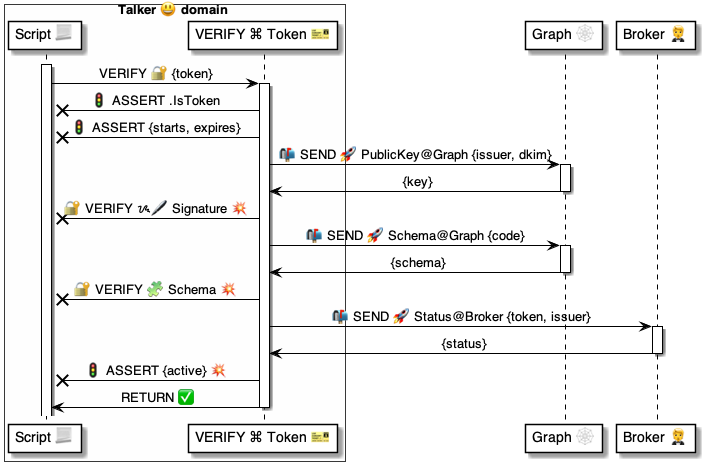
This is 4 ⚙️ Solution/37 Scripts 📃/📃 Commands ⌘/⌘ for messages 📨/VERIFY 🔐/VERIFY Token 🎫/🔐 VERIFY Token ⚙️ uml.png from pollyweb-org/pollyweb-docs, a PlantUML export, as it was before one commit. Its source is kept beside it as 4 ⚙️ Solution/37 Scripts 📃/📃 Commands ⌘/⌘ for messages 📨/VERIFY 🔐/VERIFY Token 🎫/🔐 VERIFY Token ⚙️ uml.puml. Its diagram source:
```plantuml
@startuml VERIFY Token 🎫

box Talker 😃 domain #FFFFFA
    participant "Script 📃" as script
    participant "VERIFY ⌘ Token 🎫" as verify
end box
participant "Graph 🕸" as graph
participant "Broker 🤵" as broker


activate script
    script -> verify: VERIFY 🔐 {token}

activate verify

    verify -x script: 🚦 ASSERT .IsToken
    verify -x script: 🚦 ASSERT {starts, expires}

    verify -> graph: 📬 SEND 🚀 PublicKey@Graph {issuer, dkim}
    activate graph
        graph -> verify: {key}
    deactivate graph

    verify -x script: 🔐 VERIFY ᝰ🖊 Signature 💥

    verify -> graph: 📬 SEND 🚀 Schema@Graph {code}
    activate graph
        graph -> verify: {schema}
    deactivate graph

    verify -x script: 🔐 VERIFY 🧩 Schema 💥

    verify -> broker: 📬 SEND 🚀 Status@Broker {token, issuer}
    activate broker
        broker -> verify: {status}
    deactivate broker

    verify -x script: 🚦 ASSERT {active} 💥

    verify -> script: RETURN ✅

deactivate verify


@enduml
```
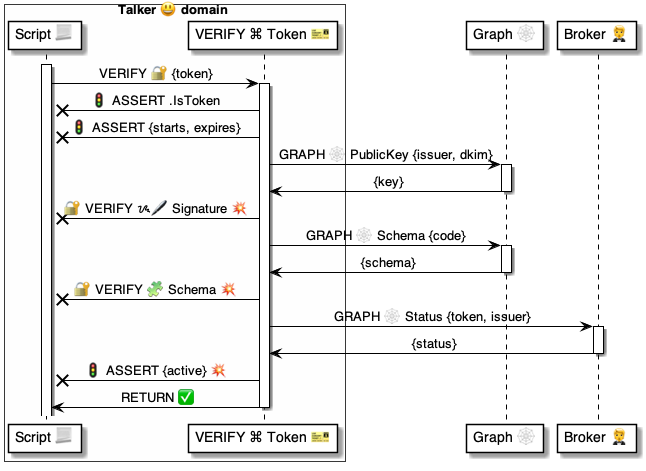
After the change.

What changed in the source:
```diff
@@ -16,21 +16,21 @@
     verify -x script: 🚦 ASSERT .IsToken
     verify -x script: 🚦 ASSERT {starts, expires}
 
-    verify -> graph: 📬 SEND 🚀 PublicKey@Graph {issuer, dkim}
+    verify -> graph: GRAPH 🕸 PublicKey {issuer, dkim}
     activate graph
         graph -> verify: {key}
     deactivate graph
 
     verify -x script: 🔐 VERIFY ᝰ🖊 Signature 💥
 
-    verify -> graph: 📬 SEND 🚀 Schema@Graph {code}
+    verify -> graph: GRAPH 🕸 Schema {code}
     activate graph
         graph -> verify: {schema}
     deactivate graph
 
     verify -x script: 🔐 VERIFY 🧩 Schema 💥
 
-    verify -> broker: 📬 SEND 🚀 Status@Broker {token, issuer}
+    verify -> broker: GRAPH 🕸 Status {token, issuer}
     activate broker
         broker -> verify: {status}
     deactivate broker
```
